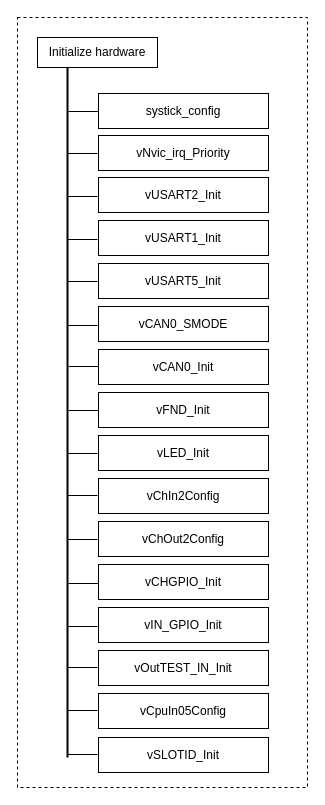
chillin2/MyDraw.io keeps this draw.io diagram as page "IO - INPUT Initialize hardware" (6 of 9) of EABS/Document_Pack/Design/INPUT/eabs_input_block_diagram.drawio. Above is the earlier version. Source tidied: cells renumbered, new cells numbered last; positions are measured from the earlier drawing's top-left corner, leaving out a move shared by most shapes. Both pictures are drawn from the tidied source at 100%, with x=0, y=0 at pixel (17, 17).
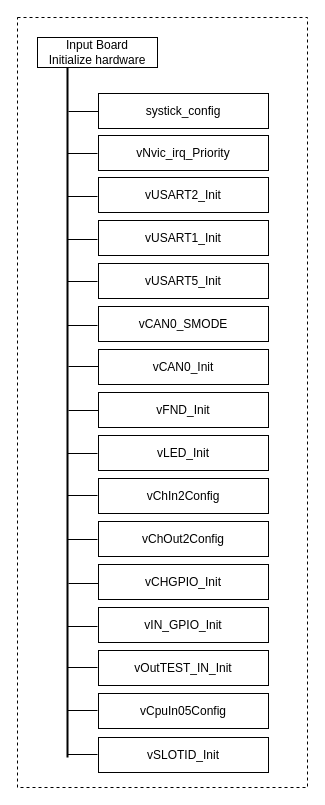
The same diagram, later.

What changed in the source:
```diff
@@
-    <mxCell id="17" value="Initialize hardware" style="rounded=0;whiteSpace=wrap;html=1;" parent="1" vertex="1">
+    <mxCell id="17" value="Input Board&lt;br&gt;Initialize hardware" style="rounded=0;whiteSpace=wrap;html=1;" parent="1" vertex="1">
       <mxGeometry x="20" y="20" width="120" height="30" as="geometry" />
     </mxCell>
```
